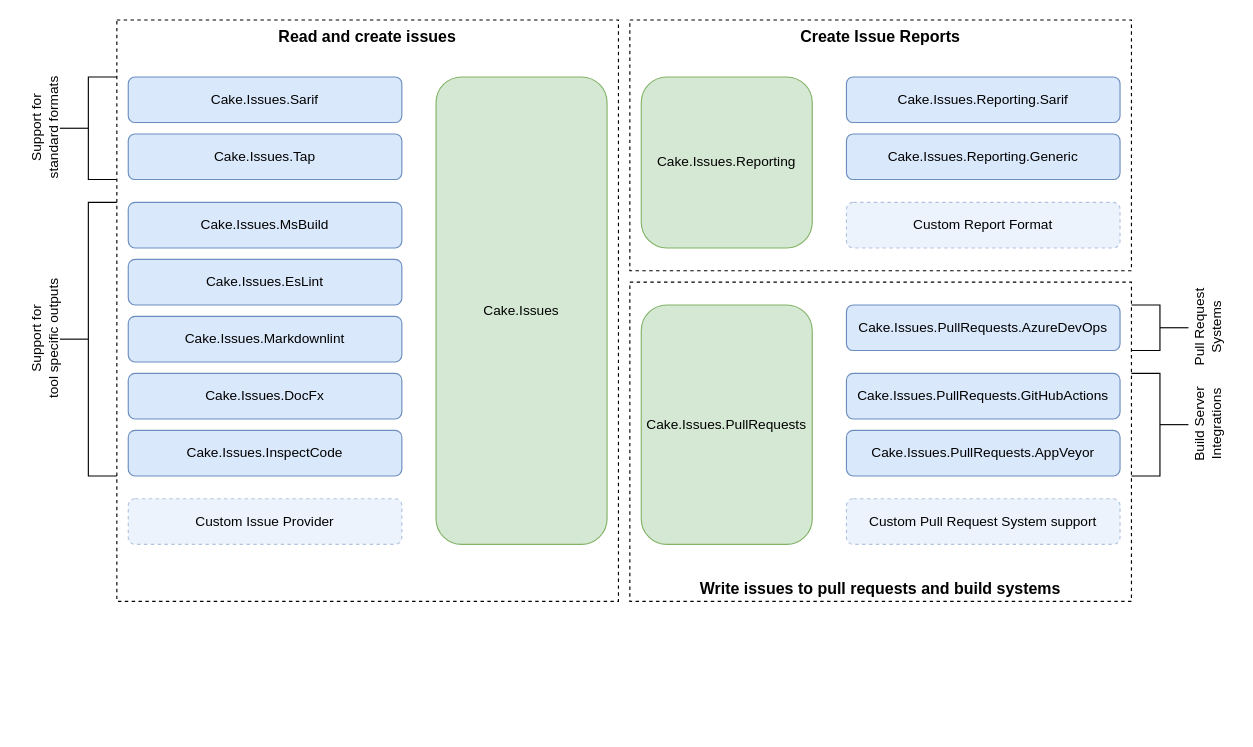
This is docs/input/documentation/how-cake-issues-works/assets/overview.drawio from cake-contrib/Cake.Issues, a draw.io file, before an edit. Source tidied: cells renumbered, new cells numbered last; positions are measured from the earlier drawing's top-left corner, leaving out a move shared by most shapes. Both pictures are drawn from the tidied source at 114%, with x=0, y=0 at pixel (-21, 19).
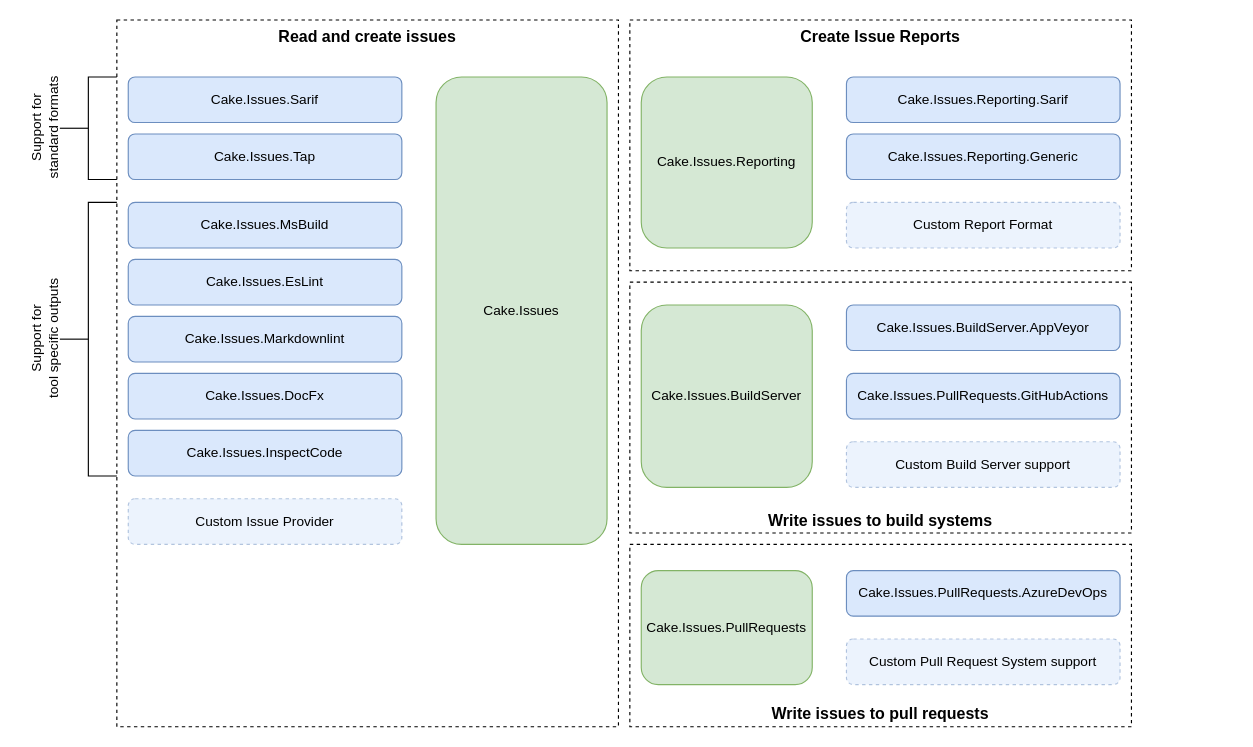
Above is the later version.

Change to the diagram source:
```diff
@@
-    <mxCell id="2" value="Write issues to pull requests and build systems" style="rounded=0;whiteSpace=wrap;html=1;dashed=1;verticalAlign=bottom;fontSize=14;fontStyle=1;" parent="1" vertex="1">
-      <mxGeometry x="570" y="230" width="440" height="280" as="geometry" />
+    <mxCell id="2" value="Write issues to pull requests" style="rounded=0;whiteSpace=wrap;html=1;dashed=1;verticalAlign=bottom;fontSize=14;fontStyle=1;" parent="1" vertex="1">
+      <mxGeometry x="570" y="460" width="440" height="160" as="geometry" />
     </mxCell>
@@
     <mxCell id="4" value="Read and create issues" style="rounded=0;whiteSpace=wrap;html=1;dashed=1;verticalAlign=top;fontSize=14;fontStyle=1;" parent="1" vertex="1">
-      <mxGeometry x="120" width="440" height="510" as="geometry" />
+      <mxGeometry x="120" width="440" height="620" as="geometry" />
     </mxCell>
@@
     <mxCell id="7" value="Cake.Issues.PullRequests" style="rounded=1;whiteSpace=wrap;html=1;fillColor=#d5e8d4;strokeColor=#82b366;" parent="1" vertex="1">
-      <mxGeometry x="580" y="250" width="150" height="210" as="geometry" />
+      <mxGeometry x="580" y="483" width="150" height="100" as="geometry" />
     </mxCell>
@@
     <mxCell id="16" value="Cake.Issues.PullRequests.AzureDevOps" style="rounded=1;whiteSpace=wrap;html=1;fillColor=#dae8fc;strokeColor=#6c8ebf;" parent="1" vertex="1">
-      <mxGeometry x="760" y="250" width="240" height="40" as="geometry" />
+      <mxGeometry x="760" y="483" width="240" height="40" as="geometry" />
     </mxCell>
-    <mxCell id="17" value="Cake.Issues.PullRequests.GitHubActions" style="rounded=1;whiteSpace=wrap;html=1;fillColor=#dae8fc;strokeColor=#6c8ebf;" parent="1" vertex="1">
-      <mxGeometry x="760" y="310" width="240" height="40" as="geometry" />
-    </mxCell>
     <mxCell id="18" value="Custom Pull Request System support" style="rounded=1;whiteSpace=wrap;html=1;fillColor=#dae8fc;strokeColor=#6c8ebf;glass=0;shadow=0;opacity=50;dashed=1;" parent="1" vertex="1">
-      <mxGeometry x="760" y="420" width="240" height="40" as="geometry" />
+      <mxGeometry x="760" y="543" width="240" height="40" as="geometry" />
     </mxCell>
@@
-    <mxCell id="22" value="Cake.Issues.PullRequests.AppVeyor" style="rounded=1;whiteSpace=wrap;html=1;fillColor=#dae8fc;strokeColor=#6c8ebf;" parent="1" vertex="1">
-      <mxGeometry x="760" y="360" width="240" height="40" as="geometry" />
-    </mxCell>
@@
-    <mxCell id="27" style="strokeWidth=1;html=1;shape=mxgraph.flowchart.annotation_2;align=left;labelPosition=right;rotation=-180;" parent="1" vertex="1">
-      <mxGeometry x="1010" y="250" width="50" height="40" as="geometry" />
-    </mxCell>
-    <mxCell id="28" style="strokeWidth=1;html=1;shape=mxgraph.flowchart.annotation_2;align=left;labelPosition=right;rotation=-180;" parent="1" vertex="1">
-      <mxGeometry x="1010" y="310" width="50" height="90" as="geometry" />
-    </mxCell>
@@
-    <mxCell id="31" value="Pull Request" style="text;html=1;align=center;verticalAlign=middle;strokeColor=none;fillColor=none;rotation=270;" parent="1" vertex="1">
-      <mxGeometry x="1025" y="255" width="90" height="30" as="geometry" />
-    </mxCell>
-    <mxCell id="32" value="Systems" style="text;html=1;align=center;verticalAlign=middle;strokeColor=none;fillColor=none;rotation=270;" parent="1" vertex="1">
-      <mxGeometry x="1050" y="255" width="70" height="30" as="geometry" />
-    </mxCell>
-    <mxCell id="33" value="Build Server" style="text;html=1;align=center;verticalAlign=middle;strokeColor=none;fillColor=none;rotation=270;" parent="1" vertex="1">
-      <mxGeometry x="1025" y="340" width="90" height="30" as="geometry" />
-    </mxCell>
-    <mxCell id="34" value="Integrations" style="text;html=1;align=center;verticalAlign=middle;strokeColor=none;fillColor=none;rotation=270;" parent="1" vertex="1">
-      <mxGeometry x="1040" y="340" width="90" height="30" as="geometry" />
-    </mxCell>
+    <mxCell id="35" value="Write issues to build systems" style="rounded=0;whiteSpace=wrap;html=1;dashed=1;verticalAlign=bottom;fontSize=14;fontStyle=1;" parent="1" vertex="1">
+      <mxGeometry x="570" y="230" width="440" height="220" as="geometry" />
+    </mxCell>
+    <mxCell id="36" value="Cake.Issues.BuildServer" style="rounded=1;whiteSpace=wrap;html=1;fillColor=#d5e8d4;strokeColor=#82b366;" parent="1" vertex="1">
+      <mxGeometry x="580" y="250" width="150" height="160" as="geometry" />
+    </mxCell>
+    <mxCell id="17" value="Cake.Issues.PullRequests.GitHubActions" style="rounded=1;whiteSpace=wrap;html=1;fillColor=#dae8fc;strokeColor=#6c8ebf;" parent="1" vertex="1">
+      <mxGeometry x="760" y="310" width="240" height="40" as="geometry" />
+    </mxCell>
+    <mxCell id="37" value="Custom Build Server support" style="rounded=1;whiteSpace=wrap;html=1;fillColor=#dae8fc;strokeColor=#6c8ebf;glass=0;shadow=0;opacity=50;dashed=1;" parent="1" vertex="1">
+      <mxGeometry x="760" y="370" width="240" height="40" as="geometry" />
+    </mxCell>
+    <mxCell id="38" value="Cake.Issues.BuildServer.AppVeyor" style="rounded=1;whiteSpace=wrap;html=1;fillColor=#dae8fc;strokeColor=#6c8ebf;" parent="1" vertex="1">
+      <mxGeometry x="760" y="250" width="240" height="40" as="geometry" />
+    </mxCell>
```
